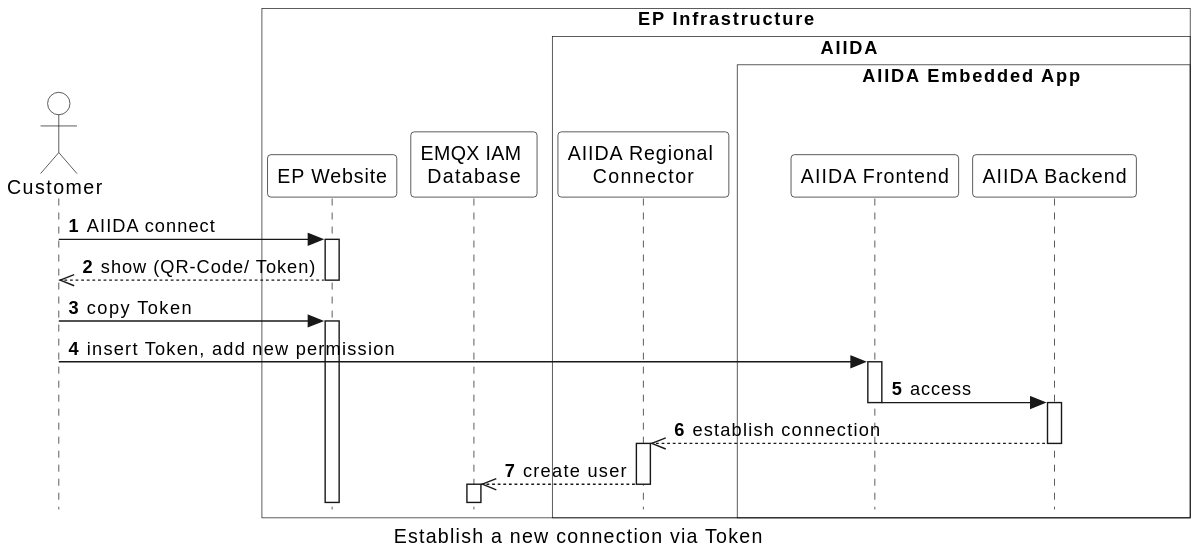
Before: arc42/aiida/runtime-view/figures/aiida_new_connection_token.svg, a diagram exported from PlantUML (eddie-energy/architecture).
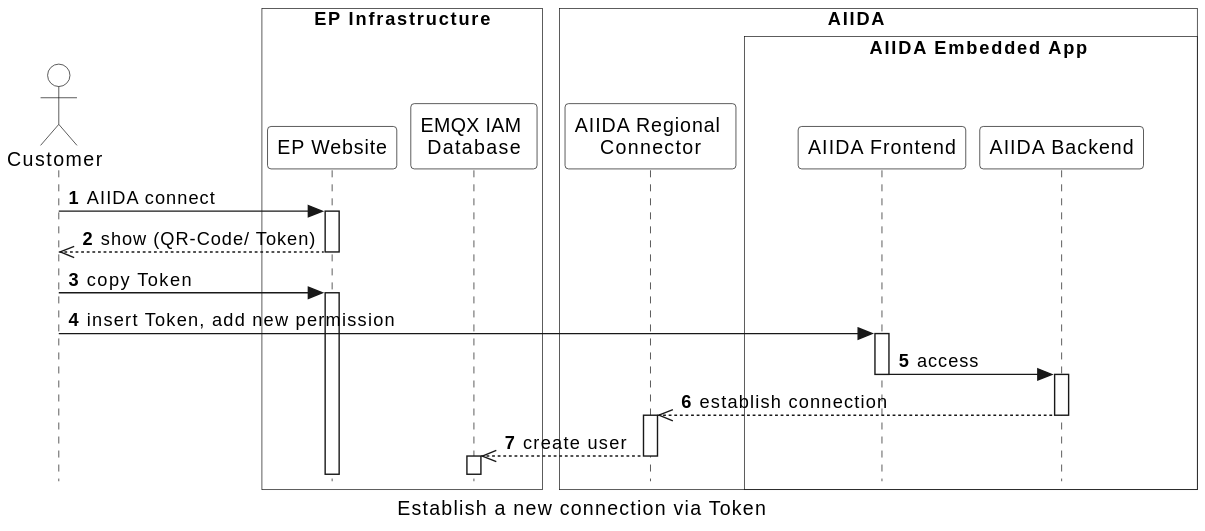
Above is the later version.

The edit, as a diff of the source:
```diff
@@ -14,6 +14,7 @@
 box "EP Infrastructure" #transparent
   participant "EP Website" as website
   participant "EMQX IAM \nDatabase" as database
+end box
     box "\tAIIDA\t\t"  #transparent
     participant "AIIDA Regional \nConnector" as connector
       box "\t\tAIIDA Embedded App\t\t"  #transparent
@@ -21,7 +22,7 @@
       participant "AIIDA Backend" as backend
     end box
   end box
-end box
+
 
 user -> website : AIIDA connect
 activate website
```
